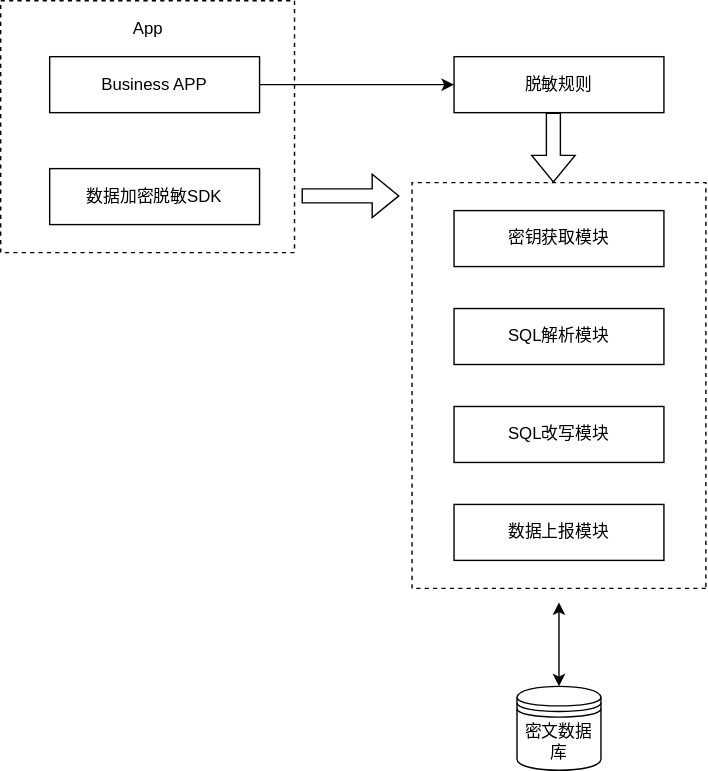
This is 数据加密脱敏子系统架构.drawio.svg from HuangMingwang/diagrams, a draw.io export, as it was before one commit. Source tidied: cells renumbered, new cells last; positions are measured from the earlier drawing's top-left corner, leaving out a move shared by most shapes. Its diagram source:
```xml
<mxGraphModel>
  <root>
    <mxCell id="0" />
    <mxCell id="1" parent="0" />
    <mxCell id="2" style="edgeStyle=orthogonalEdgeStyle;rounded=0;jettySize=auto;html=1;exitX=1;exitY=0.5;exitDx=0;exitDy=0;entryX=0;entryY=0.5;entryDx=0;entryDy=0;" parent="1" edge="1" source="3" target="7">
      <mxGeometry relative="1" as="geometry" />
    </mxCell>
    <mxCell id="3" value="Business APP" style="rounded=0;whiteSpace=wrap;html=1;" parent="1" vertex="1">
      <mxGeometry x="35" y="40" width="150" height="40" as="geometry" />
    </mxCell>
    <mxCell id="4" value="数据加密脱敏SDK" style="rounded=0;whiteSpace=wrap;html=1;" parent="1" vertex="1">
      <mxGeometry x="35" y="120" width="150" height="40" as="geometry" />
    </mxCell>
    <mxCell id="5" value="App" style="text;html=1;align=center;verticalAlign=middle;strokeColor=none;fillColor=none;" parent="1" vertex="1">
      <mxGeometry x="85" y="10" width="40" height="20" as="geometry" />
    </mxCell>
    <mxCell id="6" style="endArrow=none;dashed=1;html=1;rounded=0;" parent="1" edge="1">
      <mxGeometry relative="1" as="geometry">
        <mxPoint x="210" y="180" as="sourcePoint" />
        <mxPoint x="210" y="180" as="targetPoint" />
        <Array as="points">
          <mxPoint y="180" />
          <mxPoint />
          <mxPoint x="210" />
        </Array>
      </mxGeometry>
    </mxCell>
    <mxCell id="7" value="脱敏规则" style="rounded=0;whiteSpace=wrap;html=1;" parent="1" vertex="1">
      <mxGeometry x="324" y="40" width="150" height="40" as="geometry" />
    </mxCell>
    <mxCell id="8" value="密钥获取模块" style="rounded=0;whiteSpace=wrap;html=1;" parent="1" vertex="1">
      <mxGeometry x="324" y="150" width="150" height="40" as="geometry" />
    </mxCell>
    <mxCell id="9" value="SQL解析模块" style="rounded=0;whiteSpace=wrap;html=1;" parent="1" vertex="1">
      <mxGeometry x="324" y="220" width="150" height="40" as="geometry" />
    </mxCell>
    <mxCell id="10" value="SQL改写模块" style="rounded=0;whiteSpace=wrap;html=1;" parent="1" vertex="1">
      <mxGeometry x="324" y="290" width="150" height="40" as="geometry" />
    </mxCell>
    <mxCell id="11" style="shape=flexArrow;endArrow=classic;html=1;rounded=0;" parent="1" edge="1">
      <mxGeometry relative="1" as="geometry">
        <mxPoint x="215" y="139.5" as="sourcePoint" />
        <mxPoint x="285" y="139.5" as="targetPoint" />
      </mxGeometry>
    </mxCell>
    <mxCell id="12" style="endArrow=none;dashed=1;html=1;rounded=0;" parent="1" edge="1">
      <mxGeometry relative="1" as="geometry">
        <mxPoint x="504" y="420" as="sourcePoint" />
        <mxPoint x="504" y="420" as="targetPoint" />
        <Array as="points">
          <mxPoint x="294" y="420" />
          <mxPoint x="294" y="130" />
          <mxPoint x="395" y="130" />
          <mxPoint x="504" y="130" />
        </Array>
      </mxGeometry>
    </mxCell>
    <mxCell id="13" value="数据上报模块" style="rounded=0;whiteSpace=wrap;html=1;" parent="1" vertex="1">
      <mxGeometry x="324" y="360" width="150" height="40" as="geometry" />
    </mxCell>
    <mxCell id="14" style="shape=flexArrow;endArrow=classic;html=1;rounded=0;" parent="1" edge="1">
      <mxGeometry relative="1" as="geometry">
        <mxPoint x="395" y="80" as="sourcePoint" />
        <mxPoint x="395" y="130" as="targetPoint" />
      </mxGeometry>
    </mxCell>
    <mxCell id="15" style="endArrow=classic;startArrow=classic;html=1;rounded=0;" parent="1" edge="1">
      <mxGeometry relative="1" as="geometry">
        <mxPoint x="399" y="490" as="sourcePoint" />
        <mxPoint x="399" y="430" as="targetPoint" />
      </mxGeometry>
    </mxCell>
    <mxCell id="16" value="密文数据库" style="shape=datastore;whiteSpace=wrap;html=1;" parent="1" vertex="1">
      <mxGeometry x="369" y="490" width="60" height="60" as="geometry" />
    </mxCell>
  </root>
</mxGraphModel>
```
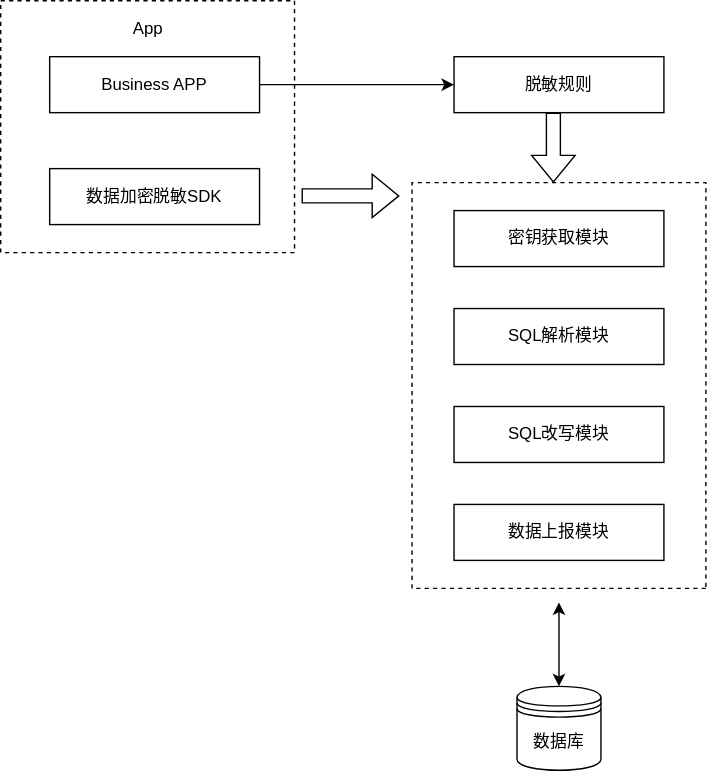
After the commit.

The edit, as a diff of the source:
```diff
@@ -70,7 +70,7 @@
         <mxPoint x="399" y="430" as="targetPoint" />
       </mxGeometry>
     </mxCell>
-    <mxCell id="16" value="密文数据库" style="shape=datastore;whiteSpace=wrap;html=1;" parent="1" vertex="1">
+    <mxCell id="16" value="数据库" style="shape=datastore;whiteSpace=wrap;html=1;" parent="1" vertex="1">
       <mxGeometry x="369" y="490" width="60" height="60" as="geometry" />
     </mxCell>
   </root>
```
